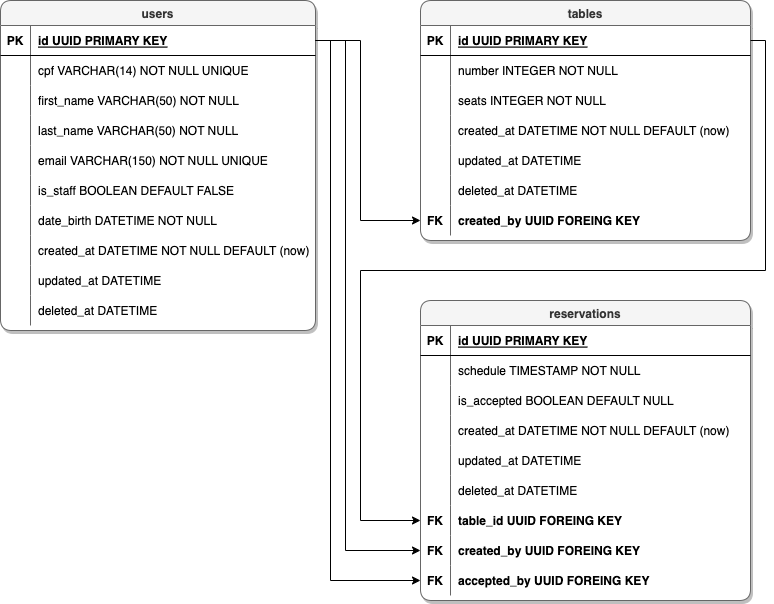
The draw.io diagram DER/DER_ReservasRestaurante.png in hugommbrito/sistemaReservas_PS_LQ, before a commit. Source tidied: cells renumbered, new cells last; positions are measured from the earlier drawing's top-left corner, leaving out a move shared by most shapes.
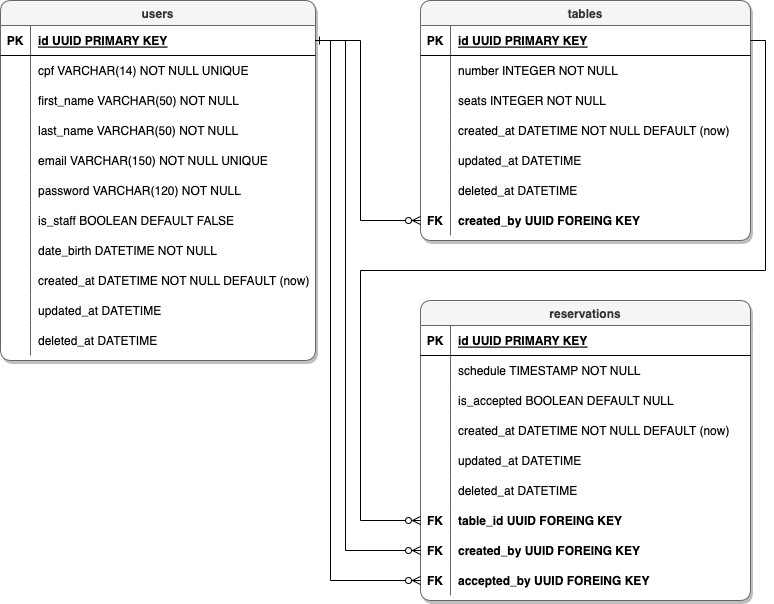
The same diagram one commit later.

What changed in the source:
```diff
@@ -3,7 +3,7 @@
     <mxCell id="0" />
     <mxCell id="1" parent="0" />
     <mxCell id="2" value="users" style="shape=table;startSize=25;rowLines=0;fontStyle=1;align=center;fillColor=#f5f5f5;swimlaneFillColor=default;strokeColor=#666666;swimlaneLine=1;rounded=1;shadow=1;fontColor=#333333;labelBackgroundColor=none;labelBorderColor=none;spacing=2;direction=east;" parent="1" vertex="1">
-      <mxGeometry width="315" height="330" as="geometry" />
+      <mxGeometry width="315" height="360" as="geometry" />
     </mxCell>
     <mxCell id="3" style="shape=tableRow;horizontal=0;startSize=0;swimlaneHead=0;swimlaneBody=0;fillColor=none;points=[[0,0.5],[1,0.5]];portConstraint=eastwest;top=0;left=0;right=0;bottom=1;" parent="2" vertex="1">
       <mxGeometry y="25" width="315" height="30" as="geometry" />
@@ -50,8 +50,17 @@
     <mxCell id="17" value="email VARCHAR(150) NOT NULL UNIQUE" style="shape=partialRectangle;fillColor=none;top=0;left=0;bottom=0;right=0;align=left;spacingLeft=6;overflow=hidden;" parent="15" vertex="1">
       <mxGeometry x="30" width="285" height="30" as="geometry" />
     </mxCell>
+    <mxCell id="87" style="shape=tableRow;horizontal=0;startSize=0;swimlaneHead=0;swimlaneBody=0;fillColor=none;top=0;left=0;right=0;bottom=0;" parent="2" vertex="1">
+      <mxGeometry y="175" width="315" height="30" as="geometry" />
+    </mxCell>
+    <mxCell id="88" style="shape=partialRectangle;fillColor=none;top=0;left=0;bottom=0;right=0;overflow=hidden;" parent="87" vertex="1">
+      <mxGeometry width="30" height="30" as="geometry" />
+    </mxCell>
+    <mxCell id="89" value="password VARCHAR(120) NOT NULL" style="shape=partialRectangle;fillColor=none;top=0;left=0;bottom=0;right=0;align=left;spacingLeft=6;overflow=hidden;" parent="87" vertex="1">
+      <mxGeometry x="30" width="285" height="30" as="geometry" />
+    </mxCell>
     <mxCell id="18" style="shape=tableRow;horizontal=0;startSize=0;swimlaneHead=0;swimlaneBody=0;fillColor=none;top=0;left=0;right=0;bottom=0;" parent="2" vertex="1">
-      <mxGeometry y="175" width="315" height="30" as="geometry" />
+      <mxGeometry y="205" width="315" height="30" as="geometry" />
     </mxCell>
     <mxCell id="19" style="shape=partialRectangle;fillColor=none;top=0;left=0;bottom=0;right=0;overflow=hidden;" parent="18" vertex="1">
       <mxGeometry width="30" height="30" as="geometry" />
@@ -60,7 +69,7 @@
       <mxGeometry x="30" width="285" height="30" as="geometry" />
     </mxCell>
     <mxCell id="21" style="shape=tableRow;horizontal=0;startSize=0;swimlaneHead=0;swimlaneBody=0;fillColor=none;top=0;left=0;right=0;bottom=0;" parent="2" vertex="1">
-      <mxGeometry y="205" width="315" height="30" as="geometry" />
+      <mxGeometry y="235" width="315" height="30" as="geometry" />
     </mxCell>
     <mxCell id="22" style="shape=partialRectangle;fillColor=none;top=0;left=0;bottom=0;right=0;overflow=hidden;" parent="21" vertex="1">
       <mxGeometry width="30" height="30" as="geometry" />
@@ -69,7 +78,7 @@
       <mxGeometry x="30" width="285" height="30" as="geometry" />
     </mxCell>
     <mxCell id="24" style="shape=tableRow;horizontal=0;startSize=0;swimlaneHead=0;swimlaneBody=0;fillColor=none;top=0;left=0;right=0;bottom=0;" parent="2" vertex="1">
-      <mxGeometry y="235" width="315" height="30" as="geometry" />
+      <mxGeometry y="265" width="315" height="30" as="geometry" />
     </mxCell>
     <mxCell id="25" style="shape=partialRectangle;fillColor=none;top=0;left=0;bottom=0;right=0;overflow=hidden;" parent="24" vertex="1">
       <mxGeometry width="30" height="30" as="geometry" />
@@ -78,7 +87,7 @@
       <mxGeometry x="30" width="285" height="30" as="geometry" />
     </mxCell>
     <mxCell id="27" style="shape=tableRow;horizontal=0;startSize=0;swimlaneHead=0;swimlaneBody=0;fillColor=none;top=0;left=0;right=0;bottom=0;" parent="2" vertex="1">
-      <mxGeometry y="265" width="315" height="30" as="geometry" />
+      <mxGeometry y="295" width="315" height="30" as="geometry" />
     </mxCell>
     <mxCell id="28" style="shape=partialRectangle;fillColor=none;top=0;left=0;bottom=0;right=0;overflow=hidden;" parent="27" vertex="1">
       <mxGeometry width="30" height="30" as="geometry" />
@@ -87,7 +96,7 @@
       <mxGeometry x="30" width="285" height="30" as="geometry" />
     </mxCell>
     <mxCell id="30" style="shape=tableRow;horizontal=0;startSize=0;swimlaneHead=0;swimlaneBody=0;fillColor=none;top=0;left=0;right=0;bottom=0;" parent="2" vertex="1">
-      <mxGeometry y="295" width="315" height="30" as="geometry" />
+      <mxGeometry y="325" width="315" height="30" as="geometry" />
     </mxCell>
     <mxCell id="31" style="shape=partialRectangle;fillColor=none;top=0;left=0;bottom=0;right=0;overflow=hidden;" parent="30" vertex="1">
       <mxGeometry width="30" height="30" as="geometry" />
@@ -245,7 +254,7 @@
     <mxCell id="82" value="accepted_by UUID FOREING KEY" style="shape=partialRectangle;fillColor=none;top=0;left=0;bottom=0;right=0;align=left;spacingLeft=6;overflow=hidden;fontStyle=1;" parent="80" vertex="1">
       <mxGeometry x="30" width="300" height="30" as="geometry" />
     </mxCell>
-    <mxCell id="83" style="edgeStyle=orthogonalEdgeStyle;rounded=0;jettySize=auto;html=1;exitX=1;exitY=0.5;exitDx=0;exitDy=0;entryX=0;entryY=0.5;entryDx=0;entryDy=0;" parent="1" edge="1" source="3" target="52">
+    <mxCell id="83" style="edgeStyle=orthogonalEdgeStyle;rounded=0;jettySize=auto;html=1;exitX=1;exitY=0.5;exitDx=0;exitDy=0;entryX=0;entryY=0.5;entryDx=0;entryDy=0;endArrow=ERzeroToMany;endFill=0;" parent="1" edge="1" source="3" target="52">
       <mxGeometry relative="1" as="geometry">
         <Array as="points">
           <mxPoint x="360" y="40" />
@@ -253,7 +262,7 @@
         </Array>
       </mxGeometry>
     </mxCell>
-    <mxCell id="84" style="edgeStyle=orthogonalEdgeStyle;rounded=0;jettySize=auto;html=1;exitX=1;exitY=0.5;exitDx=0;exitDy=0;entryX=0;entryY=0.5;entryDx=0;entryDy=0;" parent="1" edge="1" source="3" target="77">
+    <mxCell id="84" style="edgeStyle=orthogonalEdgeStyle;rounded=0;jettySize=auto;html=1;exitX=1;exitY=0.5;exitDx=0;exitDy=0;entryX=0;entryY=0.5;entryDx=0;entryDy=0;endArrow=ERzeroToMany;endFill=0;startArrow=none;startFill=0;" parent="1" edge="1" source="3" target="77">
       <mxGeometry relative="1" as="geometry">
         <Array as="points">
           <mxPoint x="345" y="40" />
@@ -261,7 +270,7 @@
         </Array>
       </mxGeometry>
     </mxCell>
-    <mxCell id="85" style="edgeStyle=orthogonalEdgeStyle;rounded=0;jettySize=auto;html=1;exitX=1;exitY=0.5;exitDx=0;exitDy=0;" parent="1" edge="1" source="3" target="80">
+    <mxCell id="85" style="edgeStyle=orthogonalEdgeStyle;rounded=0;jettySize=auto;html=1;exitX=1;exitY=0.5;exitDx=0;exitDy=0;endArrow=ERzeroToMany;endFill=0;startArrow=ERone;startFill=0;" parent="1" edge="1" source="3" target="80">
       <mxGeometry relative="1" as="geometry">
         <Array as="points">
           <mxPoint x="330" y="40" />
@@ -269,7 +278,7 @@
         </Array>
       </mxGeometry>
     </mxCell>
-    <mxCell id="86" style="edgeStyle=orthogonalEdgeStyle;rounded=0;jettySize=auto;html=1;exitX=1;exitY=0.5;exitDx=0;exitDy=0;entryX=0;entryY=0.5;entryDx=0;entryDy=0;" parent="1" edge="1" source="34" target="74">
+    <mxCell id="86" style="edgeStyle=orthogonalEdgeStyle;rounded=0;jettySize=auto;html=1;exitX=1;exitY=0.5;exitDx=0;exitDy=0;entryX=0;entryY=0.5;entryDx=0;entryDy=0;endArrow=ERzeroToMany;endFill=0;" parent="1" edge="1" source="34" target="74">
       <mxGeometry relative="1" as="geometry">
         <Array as="points">
           <mxPoint x="765" y="40" />
```
